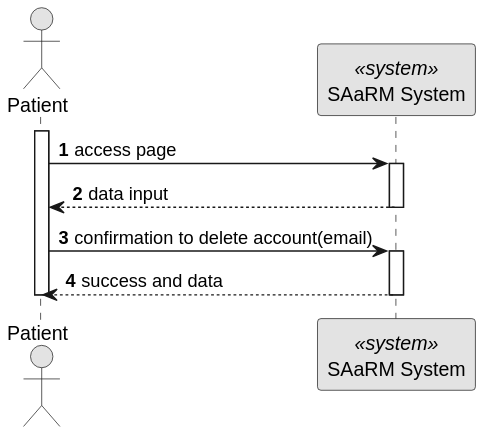
Earlier version of the PlantUML export docs/BackofficeModule/5.1.10/sequence-diagram-1.svg (Ana-Miguel-Silva/SurgicalAppointmentAndResourceManagement).
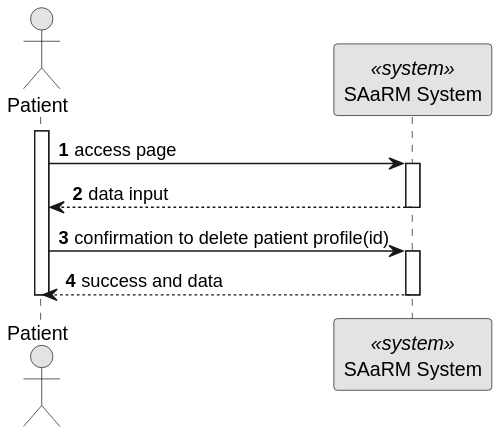
Later version of the same file.

What changed in the source:
```diff
@@ -20,7 +20,7 @@
 
 deactivate SYS
 
-AD -> SYS : confirmation to delete account(email)
+AD -> SYS : confirmation to delete patient profile(id)
 activate SYS
 SYS --> AD : success and data
 
```
